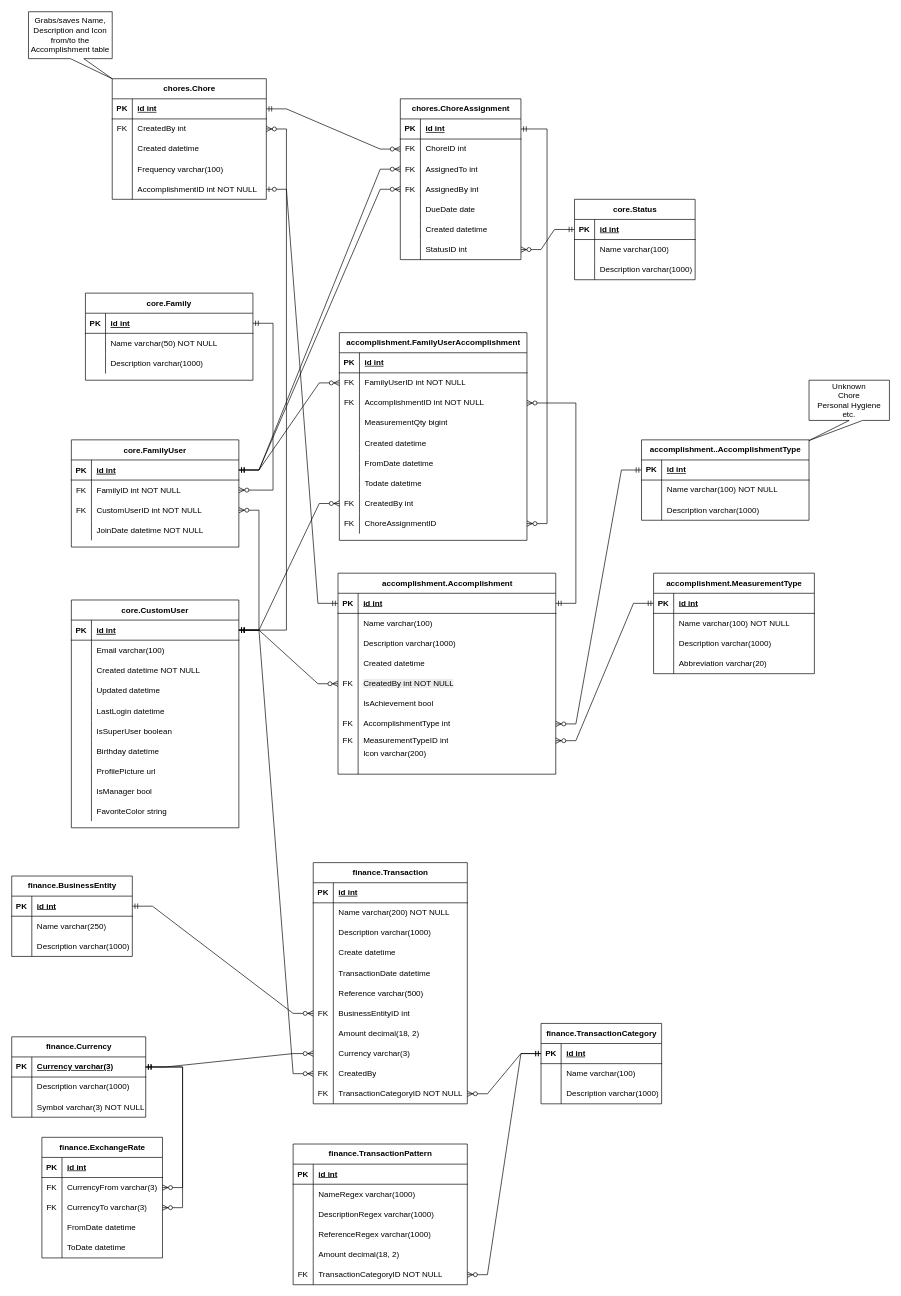
The draw.io diagram documentation/erds/FamilyThingsERD.drawio in WimpieRatte/FamilyThings, before the edit. Source tidied: cells renumbered, new cells numbered last; positions are measured from the earlier drawing's top-left corner, leaving out a move shared by most shapes. Both pictures are drawn from the tidied source at 67%, with x=0, y=0 at pixel (11, 11).
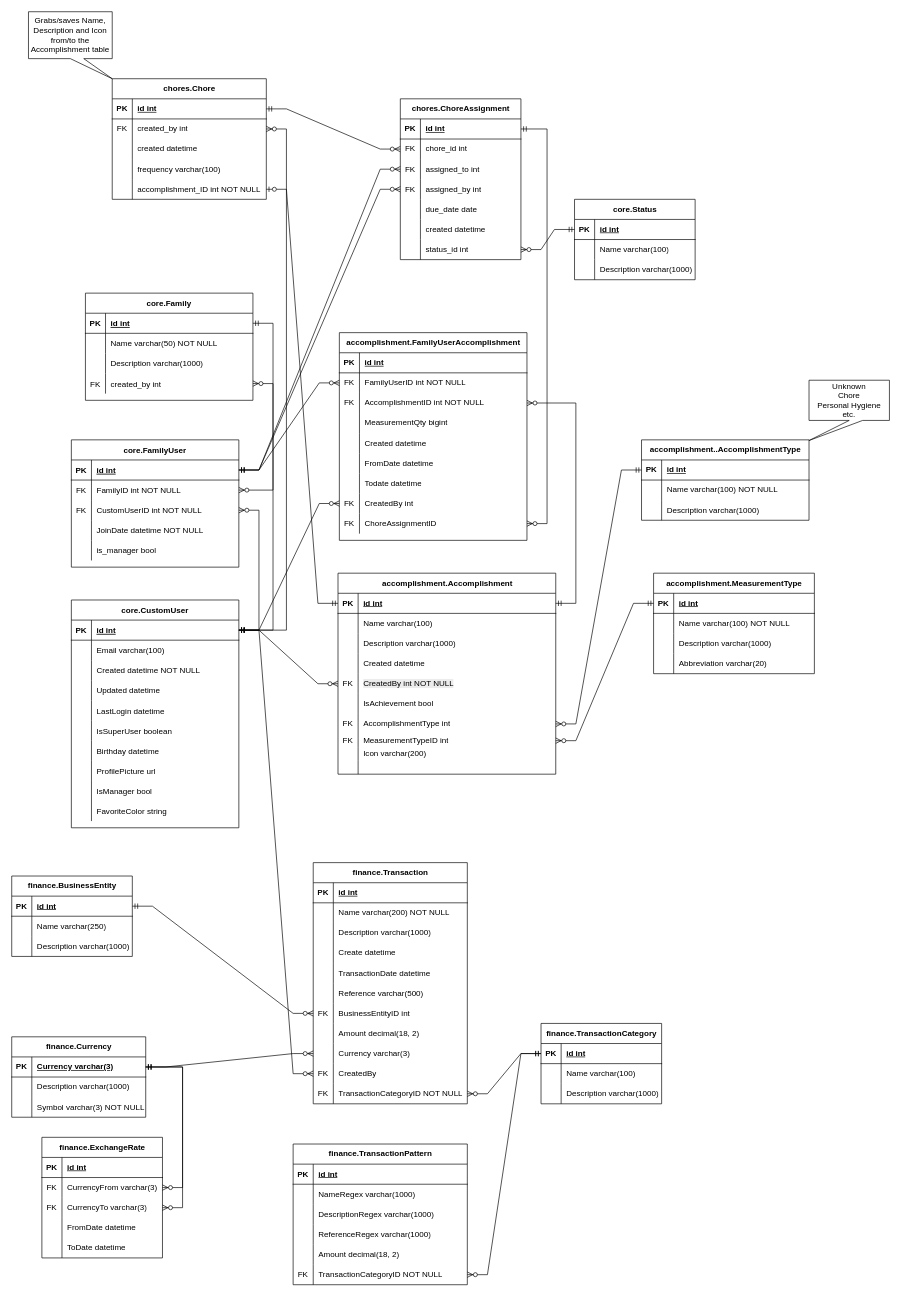
The same page after the edit.

Unchanged cells that the change refers to:
```xml
<mxCell id="16" style="shape=partialRectangle;fillColor=none;points=[[0,0.5],[1,0.5]];portConstraint=eastwest;top=0;left=0;right=0;bottom=1;" parent="15" vertex="1">
  <mxGeometry y="30" width="250" height="30" as="geometry" />
</mxCell>
<mxCell id="256" style="shape=tableRow;horizontal=0;startSize=0;swimlaneHead=0;swimlaneBody=0;fillColor=none;points=[[0,0.5],[1,0.5]];portConstraint=eastwest;top=0;left=0;right=0;bottom=0;" parent="252" vertex="1">
  <mxGeometry y="60" width="230" height="30" as="geometry" />
</mxCell>
<mxCell id="259" style="shape=tableRow;horizontal=0;startSize=0;swimlaneHead=0;swimlaneBody=0;fillColor=none;top=0;left=0;right=0;bottom=0;" parent="252" vertex="1">
  <mxGeometry y="90" width="230" height="30" as="geometry" />
</mxCell>
<mxCell id="262" style="shape=tableRow;horizontal=0;startSize=0;swimlaneHead=0;swimlaneBody=0;fillColor=none;top=0;left=0;right=0;bottom=0;" parent="252" vertex="1">
  <mxGeometry y="120" width="230" height="30" as="geometry" />
</mxCell>
<mxCell id="265" style="shape=tableRow;horizontal=0;startSize=0;swimlaneHead=0;swimlaneBody=0;fillColor=none;points=[[0,0.5],[1,0.5]];portConstraint=eastwest;top=0;left=0;right=0;bottom=0;" parent="252" vertex="1">
  <mxGeometry y="150" width="230" height="30" as="geometry" />
</mxCell>
<mxCell id="273" style="shape=tableRow;horizontal=0;startSize=0;swimlaneHead=0;swimlaneBody=0;fillColor=none;points=[[0,0.5],[1,0.5]];portConstraint=eastwest;top=0;left=0;right=0;bottom=0;" parent="269" vertex="1">
  <mxGeometry y="60" width="180" height="30" as="geometry" />
</mxCell>
<mxCell id="276" style="shape=tableRow;horizontal=0;startSize=0;swimlaneHead=0;swimlaneBody=0;fillColor=none;points=[[0,0.5],[1,0.5]];portConstraint=eastwest;top=0;left=0;right=0;bottom=0;" parent="269" vertex="1">
  <mxGeometry y="90" width="180" height="30" as="geometry" />
</mxCell>
<mxCell id="279" style="shape=tableRow;horizontal=0;startSize=0;swimlaneHead=0;swimlaneBody=0;fillColor=none;points=[[0,0.5],[1,0.5]];portConstraint=eastwest;top=0;left=0;right=0;bottom=0;" parent="269" vertex="1">
  <mxGeometry y="120" width="180" height="30" as="geometry" />
</mxCell>
<mxCell id="282" style="shape=tableRow;horizontal=0;startSize=0;swimlaneHead=0;swimlaneBody=0;fillColor=none;top=0;left=0;right=0;bottom=0;" parent="269" vertex="1">
  <mxGeometry y="150" width="180" height="30" as="geometry" />
</mxCell>
<mxCell id="285" style="shape=tableRow;horizontal=0;startSize=0;swimlaneHead=0;swimlaneBody=0;fillColor=none;top=0;left=0;right=0;bottom=0;" parent="269" vertex="1">
  <mxGeometry y="180" width="180" height="30" as="geometry" />
</mxCell>
<mxCell id="288" style="shape=tableRow;horizontal=0;startSize=0;swimlaneHead=0;swimlaneBody=0;fillColor=none;points=[[0,0.5],[1,0.5]];portConstraint=eastwest;top=0;left=0;right=0;bottom=0;" parent="269" vertex="1">
  <mxGeometry y="210" width="180" height="30" as="geometry" />
</mxCell>
```

Diff of the diagram source:
```diff
@@
     <mxCell id="2" value="core.FamilyUser" style="shape=table;startSize=30;childLayout=tableLayout;rowLines=0;fontStyle=1;align=center;" parent="1" vertex="1">
-      <mxGeometry x="89" y="639" width="250" height="160" as="geometry" />
+      <mxGeometry x="89" y="639" width="250" height="190" as="geometry" />
     </mxCell>
@@
+    <mxCell id="309" style="shape=partialRectangle;fillColor=none;top=0;left=0;right=0;bottom=0;" parent="2" vertex="1">
+      <mxGeometry y="150" width="250" height="30" as="geometry" />
+    </mxCell>
+    <mxCell id="310" style="shape=partialRectangle;overflow=hidden;fillColor=none;top=0;left=0;bottom=0;right=0;" parent="309" vertex="1">
+      <mxGeometry width="30" height="30" as="geometry" />
+    </mxCell>
+    <mxCell id="311" value="is_manager bool" style="shape=partialRectangle;overflow=hidden;fillColor=none;top=0;left=0;bottom=0;right=0;align=left;spacingLeft=6;" parent="309" vertex="1">
+      <mxGeometry x="30" width="220" height="30" as="geometry" />
+    </mxCell>
@@
     <mxCell id="128" value="core.Family" style="shape=table;startSize=30;childLayout=tableLayout;rowLines=0;fontStyle=1;align=center;labelBackgroundColor=#FFFFFF;" parent="1" vertex="1">
-      <mxGeometry x="110" y="420" width="250" height="130" as="geometry" />
+      <mxGeometry x="110" y="420" width="250" height="160" as="geometry" />
     </mxCell>
@@
+    <mxCell id="312" style="shape=partialRectangle;fillColor=none;points=[[0,0.5],[1,0.5]];portConstraint=eastwest;top=0;left=0;right=0;bottom=0;" parent="128" vertex="1">
+      <mxGeometry y="120" width="250" height="30" as="geometry" />
+    </mxCell>
+    <mxCell id="313" value="FK" style="shape=partialRectangle;overflow=hidden;fillColor=none;top=0;left=0;bottom=0;right=0;" parent="312" vertex="1">
+      <mxGeometry width="30" height="30" as="geometry" />
+    </mxCell>
+    <mxCell id="314" value="created_by int" style="shape=partialRectangle;overflow=hidden;fillColor=none;top=0;left=0;bottom=0;right=0;align=left;spacingLeft=6;" parent="312" vertex="1">
+      <mxGeometry x="30" width="220" height="30" as="geometry" />
+    </mxCell>
@@
-    <mxCell id="258" value="CreatedBy int" style="shape=partialRectangle;fillColor=none;top=0;left=0;bottom=0;right=0;align=left;spacingLeft=6;overflow=hidden;whiteSpace=wrap;html=1;" parent="256" vertex="1">
+    <mxCell id="258" value="created_by int" style="shape=partialRectangle;fillColor=none;top=0;left=0;bottom=0;right=0;align=left;spacingLeft=6;overflow=hidden;whiteSpace=wrap;html=1;" parent="256" vertex="1">
       <mxGeometry x="30" width="200" height="30" as="geometry" />
     </mxCell>
@@
-    <mxCell id="261" value="Created datetime" style="shape=partialRectangle;fillColor=none;top=0;left=0;bottom=0;right=0;align=left;spacingLeft=6;overflow=hidden;whiteSpace=wrap;html=1;" parent="259" vertex="1">
+    <mxCell id="261" value="created datetime" style="shape=partialRectangle;fillColor=none;top=0;left=0;bottom=0;right=0;align=left;spacingLeft=6;overflow=hidden;whiteSpace=wrap;html=1;" parent="259" vertex="1">
       <mxGeometry x="30" width="200" height="30" as="geometry" />
     </mxCell>
@@
-    <mxCell id="264" value="Frequency varchar(100)" style="shape=partialRectangle;fillColor=none;top=0;left=0;bottom=0;right=0;align=left;spacingLeft=6;overflow=hidden;whiteSpace=wrap;html=1;" parent="262" vertex="1">
+    <mxCell id="264" value="frequency varchar(100)" style="shape=partialRectangle;fillColor=none;top=0;left=0;bottom=0;right=0;align=left;spacingLeft=6;overflow=hidden;whiteSpace=wrap;html=1;" parent="262" vertex="1">
       <mxGeometry x="30" width="200" height="30" as="geometry" />
     </mxCell>
@@
-    <mxCell id="267" value="AccomplishmentID int NOT NULL" style="shape=partialRectangle;fillColor=none;top=0;left=0;bottom=0;right=0;align=left;spacingLeft=6;overflow=hidden;whiteSpace=wrap;html=1;" parent="265" vertex="1">
+    <mxCell id="267" value="accomplishment_ID int NOT NULL" style="shape=partialRectangle;fillColor=none;top=0;left=0;bottom=0;right=0;align=left;spacingLeft=6;overflow=hidden;whiteSpace=wrap;html=1;" parent="265" vertex="1">
       <mxGeometry x="30" width="200" height="30" as="geometry" />
     </mxCell>
@@
-    <mxCell id="275" value="ChoreID int" style="shape=partialRectangle;fillColor=none;top=0;left=0;bottom=0;right=0;align=left;spacingLeft=6;overflow=hidden;whiteSpace=wrap;html=1;" parent="273" vertex="1">
+    <mxCell id="275" value="chore_id int" style="shape=partialRectangle;fillColor=none;top=0;left=0;bottom=0;right=0;align=left;spacingLeft=6;overflow=hidden;whiteSpace=wrap;html=1;" parent="273" vertex="1">
       <mxGeometry x="30" width="150" height="30" as="geometry" />
     </mxCell>
@@
-    <mxCell id="278" value="AssignedTo int" style="shape=partialRectangle;fillColor=none;top=0;left=0;bottom=0;right=0;align=left;spacingLeft=6;overflow=hidden;whiteSpace=wrap;html=1;" parent="276" vertex="1">
+    <mxCell id="278" value="assigned_to int" style="shape=partialRectangle;fillColor=none;top=0;left=0;bottom=0;right=0;align=left;spacingLeft=6;overflow=hidden;whiteSpace=wrap;html=1;" parent="276" vertex="1">
       <mxGeometry x="30" width="150" height="30" as="geometry" />
     </mxCell>
@@
-    <mxCell id="281" value="AssignedBy int" style="shape=partialRectangle;fillColor=none;top=0;left=0;bottom=0;right=0;align=left;spacingLeft=6;overflow=hidden;whiteSpace=wrap;html=1;" parent="279" vertex="1">
+    <mxCell id="281" value="assigned_by int" style="shape=partialRectangle;fillColor=none;top=0;left=0;bottom=0;right=0;align=left;spacingLeft=6;overflow=hidden;whiteSpace=wrap;html=1;" parent="279" vertex="1">
       <mxGeometry x="30" width="150" height="30" as="geometry" />
     </mxCell>
@@
-    <mxCell id="284" value="DueDate date" style="shape=partialRectangle;fillColor=none;top=0;left=0;bottom=0;right=0;align=left;spacingLeft=6;overflow=hidden;whiteSpace=wrap;html=1;" parent="282" vertex="1">
+    <mxCell id="284" value="due_date date" style="shape=partialRectangle;fillColor=none;top=0;left=0;bottom=0;right=0;align=left;spacingLeft=6;overflow=hidden;whiteSpace=wrap;html=1;" parent="282" vertex="1">
       <mxGeometry x="30" width="150" height="30" as="geometry" />
     </mxCell>
@@
-    <mxCell id="287" value="Created datetime" style="shape=partialRectangle;fillColor=none;top=0;left=0;bottom=0;right=0;align=left;spacingLeft=6;overflow=hidden;whiteSpace=wrap;html=1;" parent="285" vertex="1">
+    <mxCell id="287" value="created datetime" style="shape=partialRectangle;fillColor=none;top=0;left=0;bottom=0;right=0;align=left;spacingLeft=6;overflow=hidden;whiteSpace=wrap;html=1;" parent="285" vertex="1">
       <mxGeometry x="30" width="150" height="30" as="geometry" />
     </mxCell>
@@
-    <mxCell id="290" value="StatusID int" style="shape=partialRectangle;fillColor=none;top=0;left=0;bottom=0;right=0;align=left;spacingLeft=6;overflow=hidden;whiteSpace=wrap;html=1;" parent="288" vertex="1">
+    <mxCell id="290" value="status_id int" style="shape=partialRectangle;fillColor=none;top=0;left=0;bottom=0;right=0;align=left;spacingLeft=6;overflow=hidden;whiteSpace=wrap;html=1;" parent="288" vertex="1">
       <mxGeometry x="30" width="150" height="30" as="geometry" />
     </mxCell>
@@
+    <mxCell id="315" style="edgeStyle=entityRelationEdgeStyle;fontSize=12;html=1;endArrow=ERzeroToMany;startArrow=ERmandOne;rounded=0;" parent="1" edge="1" source="16" target="312">
+      <mxGeometry relative="1" as="geometry" />
+    </mxCell>
```
